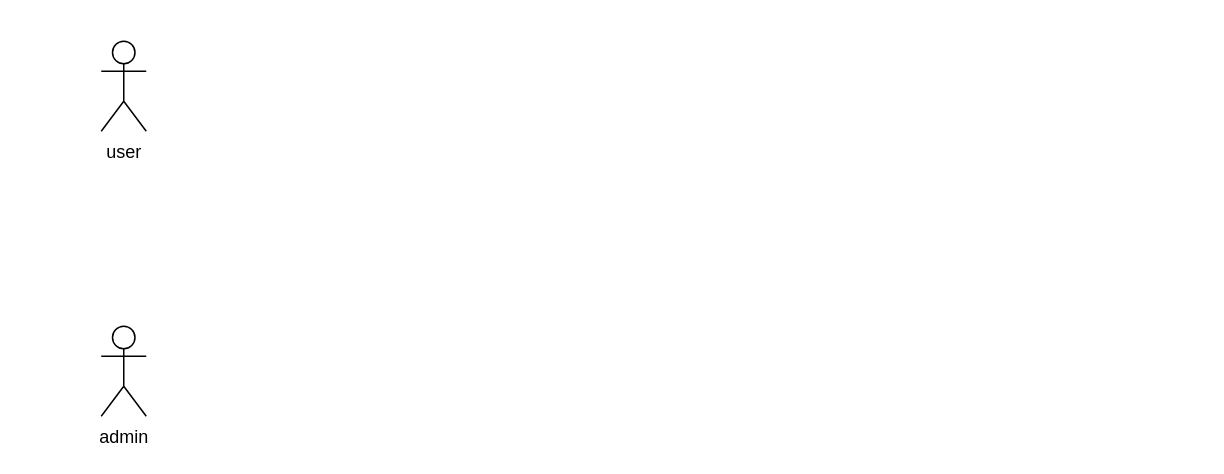
The draw.io diagram 제목 없는 다이어그램.drawio in Youngil2/testproject, before the edit. Source tidied: cells renumbered, new cells numbered last; positions are measured from the earlier drawing's top-left corner, leaving out a move shared by most shapes. Both pictures are drawn from the tidied source at 150%, with x=0, y=0 at pixel (100, 40).
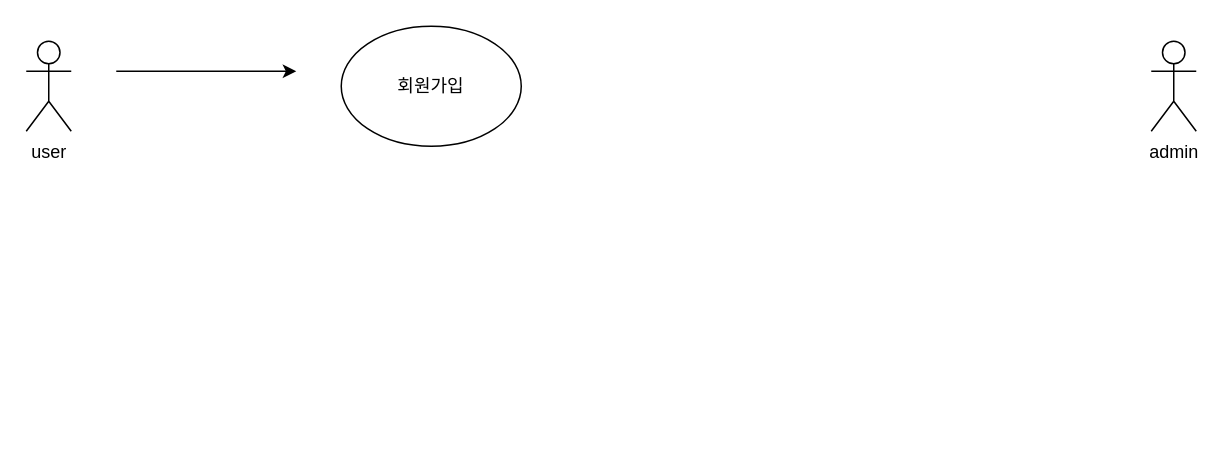
Above is the later version.

Commit message:
유스케이스.drawio 업데이트

The edit, as a diff of the source:
```diff
@@
 <mxGraphModel>
   <root>
     <mxCell id="0" />
     <mxCell id="1" parent="0" />
     <mxCell id="2" value="user" style="shape=umlActor;verticalLabelPosition=bottom;verticalAlign=top;html=1;" parent="1" vertex="1">
-      <mxGeometry width="30" height="60" as="geometry" />
+      <mxGeometry x="-50" width="30" height="60" as="geometry" />
     </mxCell>
     <mxCell id="3" value="admin" style="shape=umlActor;verticalLabelPosition=bottom;verticalAlign=top;html=1;" parent="1" vertex="1">
-      <mxGeometry y="190" width="30" height="60" as="geometry" />
+      <mxGeometry x="700" width="30" height="60" as="geometry" />
     </mxCell>
+    <mxCell id="4" style="endArrow=classic;html=1;rounded=0;" parent="1" edge="1">
+      <mxGeometry relative="1" as="geometry">
+        <mxPoint x="10" y="20" as="sourcePoint" />
+        <mxPoint x="130" y="20" as="targetPoint" />
+      </mxGeometry>
+    </mxCell>
+    <mxCell id="5" value="회원가입" style="ellipse;whiteSpace=wrap;html=1;" parent="1" vertex="1">
+      <mxGeometry x="160" y="-10" width="120" height="80" as="geometry" />
+    </mxCell>
   </root>
 </mxGraphModel>
```
